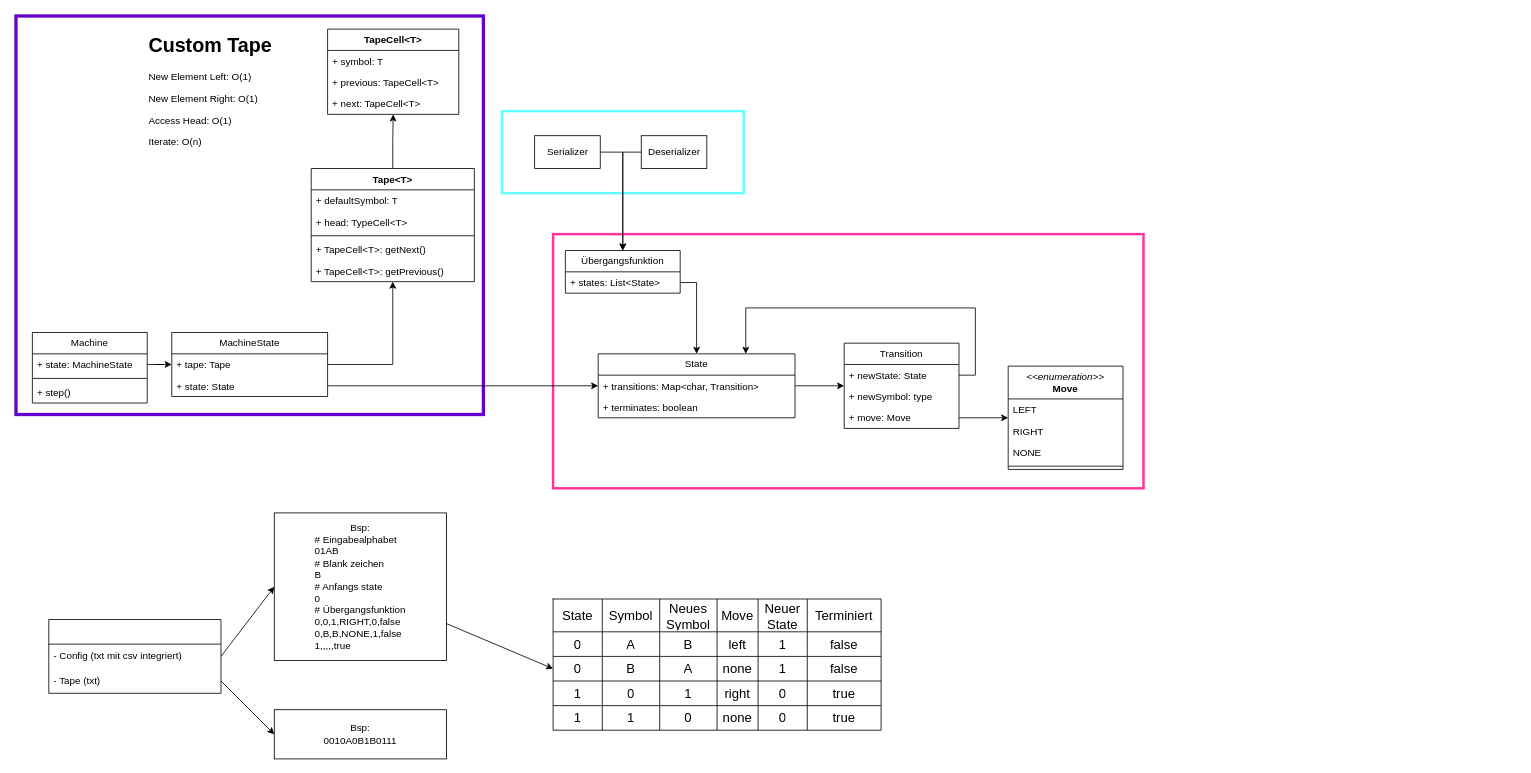
The draw.io diagram diagramm.drawio in Placeblock/turing-sim, before the edit. Source tidied: cells renumbered, new cells numbered last; positions are measured from the earlier drawing's top-left corner, leaving out a move shared by most shapes. Both pictures are drawn from the tidied source at 82%, with x=0, y=0 at pixel (16, 16).
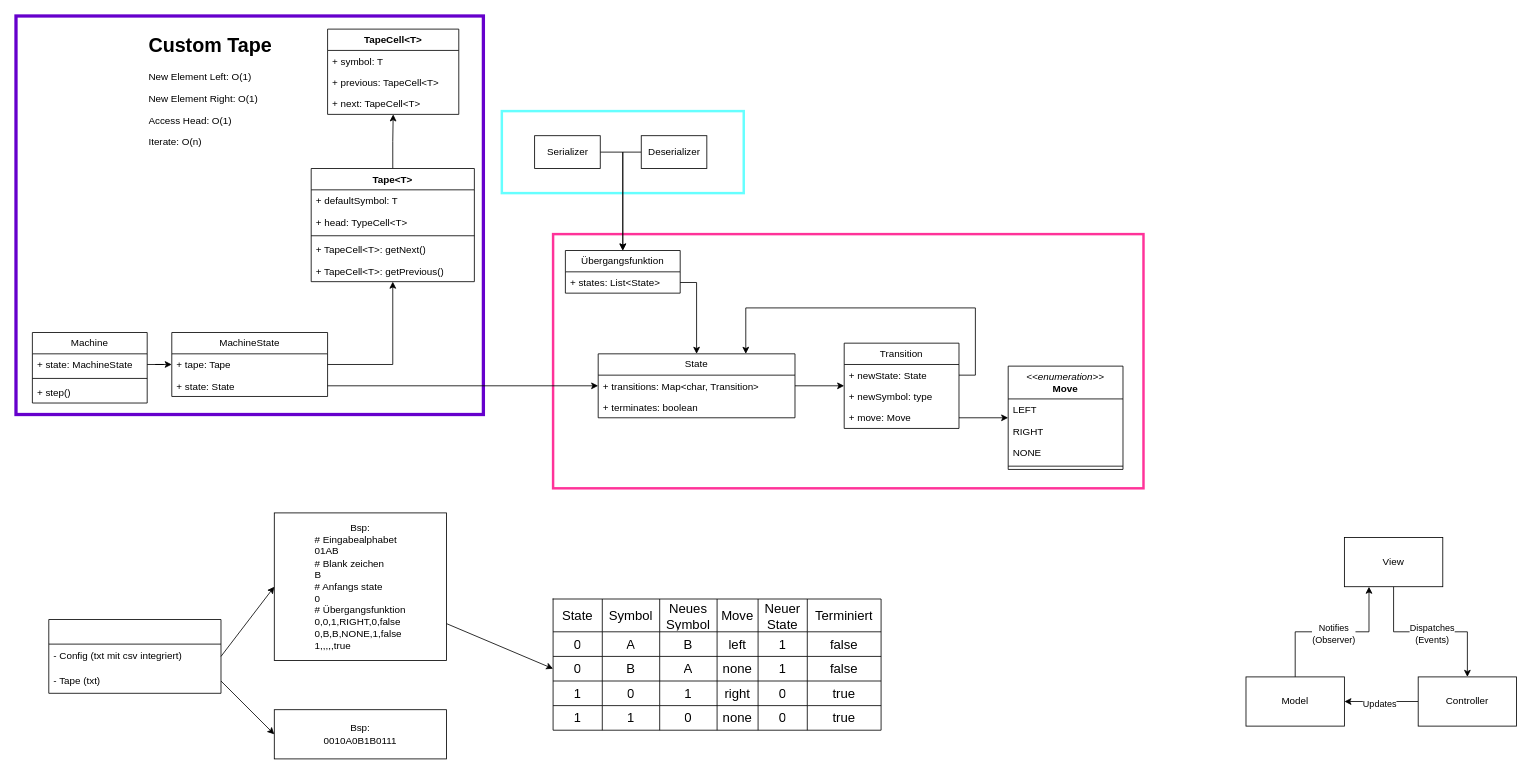
Above is the later version.

Commit message (it also covers changes not shown here):
Working on MVC and updated diagramm

Change to the diagram source:
```diff
@@
+    <mxCell id="93" style="edgeStyle=orthogonalEdgeStyle;rounded=0;jettySize=auto;html=1;exitX=0.5;exitY=1;exitDx=0;exitDy=0;entryX=0.5;entryY=0;entryDx=0;entryDy=0;" parent="1" edge="1" source="95" target="98">
+      <mxGeometry relative="1" as="geometry" />
+    </mxCell>
+    <mxCell id="94" value="Dispatches&lt;div&gt;(Events)&lt;/div&gt;" style="edgeLabel;html=1;align=center;verticalAlign=middle;" parent="93" vertex="1">
+      <mxGeometry x="0.01" y="-2" relative="1" as="geometry" />
+    </mxCell>
+    <mxCell id="95" value="View" style="rounded=0;whiteSpace=wrap;html=1;" parent="1" vertex="1">
+      <mxGeometry x="1620" y="636" width="120" height="60" as="geometry" />
+    </mxCell>
+    <mxCell id="96" style="edgeStyle=orthogonalEdgeStyle;rounded=0;jettySize=auto;html=1;exitX=0;exitY=0.5;exitDx=0;exitDy=0;entryX=1;entryY=0.5;entryDx=0;entryDy=0;" parent="1" edge="1" source="98" target="101">
+      <mxGeometry relative="1" as="geometry" />
+    </mxCell>
+    <mxCell id="97" value="Updates" style="edgeLabel;html=1;align=center;verticalAlign=middle;" parent="96" vertex="1">
+      <mxGeometry x="0.07" y="2" relative="1" as="geometry" />
+    </mxCell>
+    <mxCell id="98" value="Controller" style="rounded=0;whiteSpace=wrap;html=1;" parent="1" vertex="1">
+      <mxGeometry x="1710" y="806" width="120" height="60" as="geometry" />
+    </mxCell>
+    <mxCell id="99" style="edgeStyle=orthogonalEdgeStyle;rounded=0;jettySize=auto;html=1;exitX=0.5;exitY=0;exitDx=0;exitDy=0;entryX=0.25;entryY=1;entryDx=0;entryDy=0;" parent="1" edge="1" source="101" target="95">
+      <mxGeometry relative="1" as="geometry" />
+    </mxCell>
+    <mxCell id="100" value="Notifies&lt;div&gt;(Observer)&lt;/div&gt;" style="edgeLabel;html=1;align=center;verticalAlign=middle;" parent="99" vertex="1">
+      <mxGeometry x="0.01" y="-2" relative="1" as="geometry" />
+    </mxCell>
+    <mxCell id="101" value="Model" style="rounded=0;whiteSpace=wrap;html=1;" parent="1" vertex="1">
+      <mxGeometry x="1500" y="806" width="120" height="60" as="geometry" />
+    </mxCell>
```
